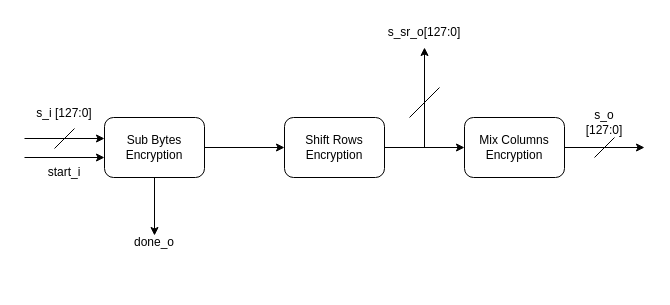
Before: page "Round TF" (6 of 10) of HEA/screenshots/diagrams_draft.drawio in giladnavok/rveeac, a draw.io diagram. Source tidied: cells renumbered, new cells numbered last; positions are measured from the earlier drawing's top-left corner, leaving out a move shared by most shapes. Both pictures are drawn from the tidied source at 100%, with x=0, y=0 at pixel (24, 17).
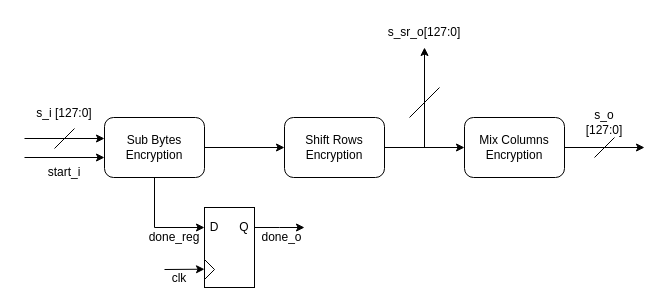
The same page after the edit.

The change refers to these unchanged cells:
```xml
<mxCell id="5" value="Sub Bytes&lt;div&gt;Encryption&lt;/div&gt;" style="rounded=1;whiteSpace=wrap;html=1;" parent="1" vertex="1">
  <mxGeometry x="80" y="100" width="100" height="60" as="geometry" />
</mxCell>
```

Change to the diagram source:
```diff
@@
-    <mxCell id="18" style="endArrow=classic;html=1;rounded=0;exitX=0.5;exitY=1;exitDx=0;exitDy=0;" parent="1" edge="1" source="5" target="19">
-      <mxGeometry relative="1" as="geometry" />
+    <mxCell id="18" style="endArrow=classic;html=1;rounded=0;exitX=0.5;exitY=1;exitDx=0;exitDy=0;entryX=0;entryY=0.25;entryDx=0;entryDy=0;" parent="1" edge="1" source="5" target="20">
+      <mxGeometry relative="1" as="geometry">
+        <Array as="points">
+          <mxPoint x="130" y="210" />
+        </Array>
+      </mxGeometry>
     </mxCell>
+    <mxCell id="20" style="rounded=0;whiteSpace=wrap;html=1;" parent="1" vertex="1">
+      <mxGeometry x="180" y="190" width="50" height="80" as="geometry" />
+    </mxCell>
+    <mxCell id="21" value="done_reg" style="text;html=1;align=center;verticalAlign=middle;whiteSpace=wrap;rounded=0;" parent="1" vertex="1">
+      <mxGeometry x="130" y="210" width="40" height="20" as="geometry" />
+    </mxCell>
+    <mxCell id="22" value="D" style="text;html=1;align=center;verticalAlign=middle;whiteSpace=wrap;rounded=0;" parent="1" vertex="1">
+      <mxGeometry x="180" y="200" width="20" height="20" as="geometry" />
+    </mxCell>
+    <mxCell id="23" style="edgeStyle=orthogonalEdgeStyle;rounded=0;jettySize=auto;html=1;exitX=1;exitY=0.5;exitDx=0;exitDy=0;" parent="1" edge="1" source="24">
+      <mxGeometry relative="1" as="geometry">
+        <mxPoint x="280" y="210" as="targetPoint" />
+      </mxGeometry>
+    </mxCell>
+    <mxCell id="24" value="Q" style="text;html=1;align=center;verticalAlign=middle;whiteSpace=wrap;rounded=0;" parent="1" vertex="1">
+      <mxGeometry x="210" y="200" width="20" height="20" as="geometry" />
+    </mxCell>
     <mxCell id="19" value="done_o" style="text;html=1;align=center;verticalAlign=middle;whiteSpace=wrap;rounded=0;" parent="1" vertex="1">
-      <mxGeometry x="105" y="218" width="50" height="13" as="geometry" />
+      <mxGeometry x="230" y="210" width="55" height="20" as="geometry" />
     </mxCell>
+    <mxCell id="25" style="triangle;whiteSpace=wrap;html=1;" parent="1" vertex="1">
+      <mxGeometry x="180" y="242" width="10" height="20" as="geometry" />
+    </mxCell>
+    <mxCell id="26" style="endArrow=classic;html=1;rounded=0;entryX=-0.2;entryY=0.483;entryDx=0;entryDy=0;entryPerimeter=0;" parent="1" edge="1">
+      <mxGeometry relative="1" as="geometry">
+        <mxPoint x="140" y="252" as="sourcePoint" />
+        <mxPoint x="180" y="251.7" as="targetPoint" />
+      </mxGeometry>
+    </mxCell>
+    <mxCell id="27" value="clk" style="text;html=1;align=center;verticalAlign=middle;whiteSpace=wrap;rounded=0;" parent="1" vertex="1">
+      <mxGeometry x="140" y="252" width="30" height="18" as="geometry" />
+    </mxCell>
```
